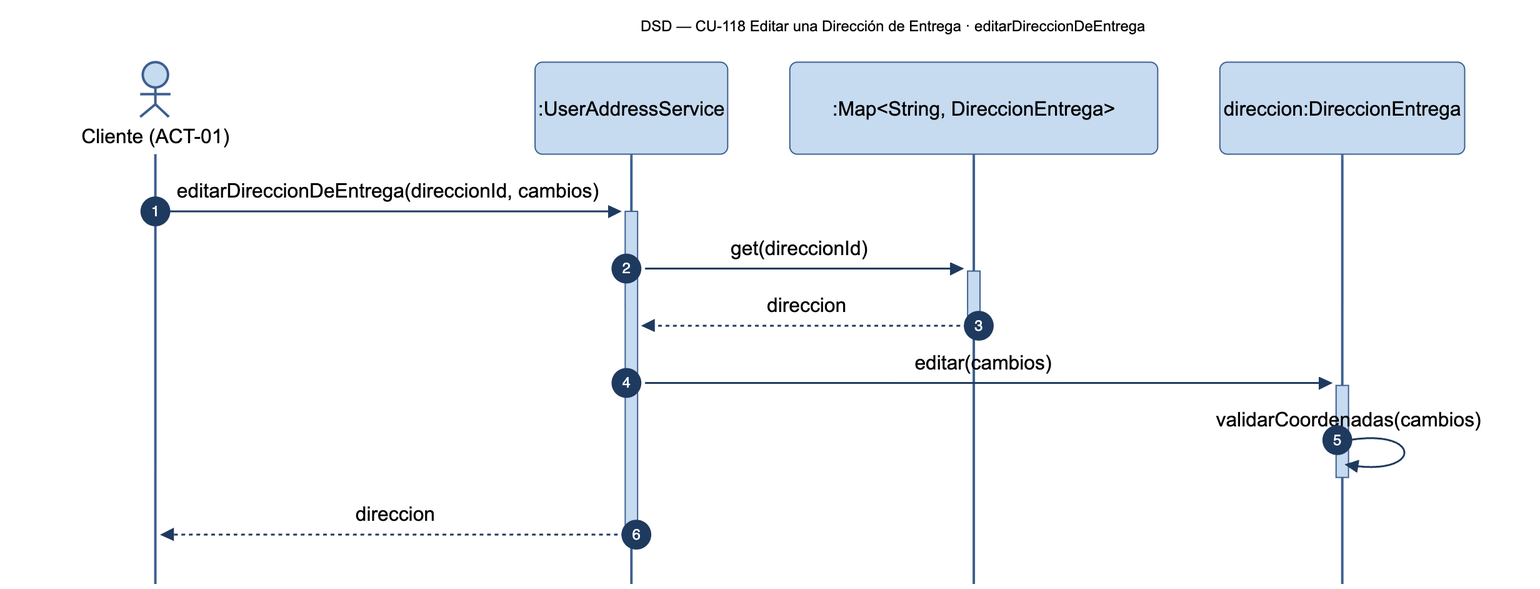
The Mermaid diagram diagramas/png/DSD_CU-118_editarDireccionDeEntrega.png in Nahuelito-Dev/splg-docs, before a commit. Its source is kept beside it as diagramas/DSD_CU-118_editarDireccionDeEntrega.mmd.
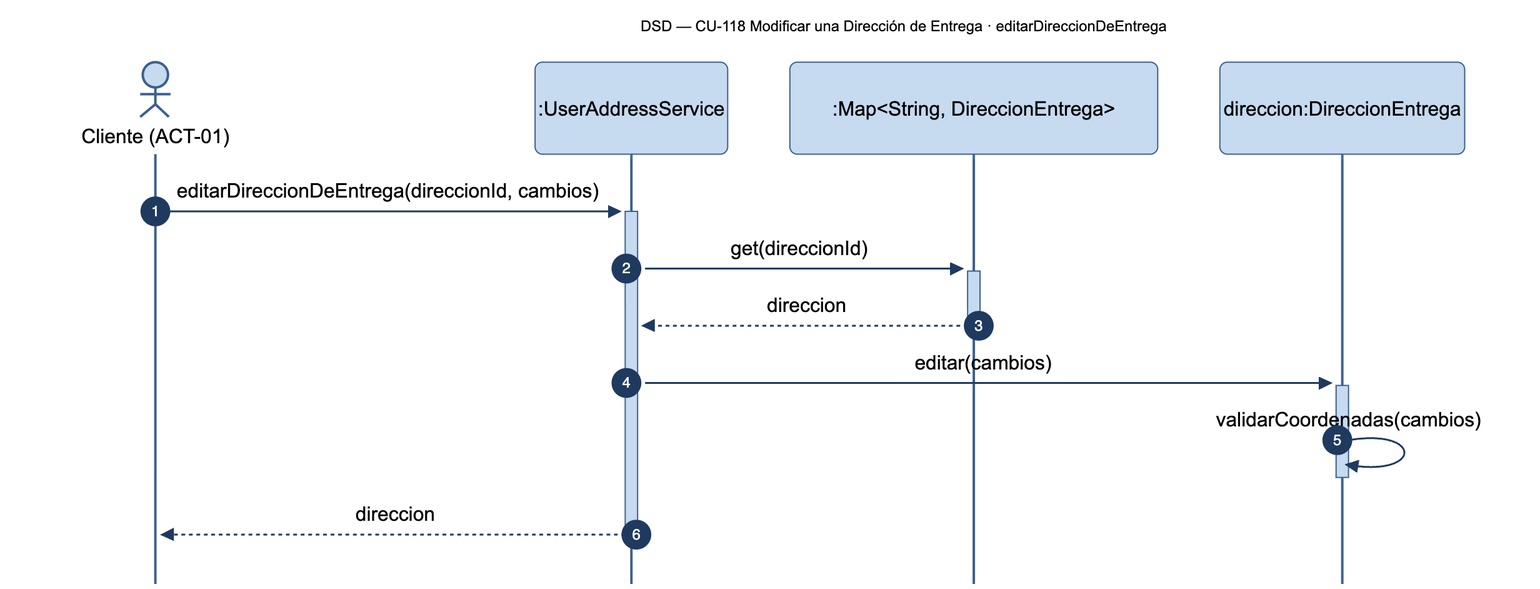
The same diagram one commit later.

Diff of the diagram source:
```diff
@@ -1,5 +1,5 @@
 sequenceDiagram
-    title DSD — CU-118 Editar una Dirección de Entrega · editarDireccionDeEntrega
+    title DSD — CU-118 Modificar una Dirección de Entrega · editarDireccionDeEntrega
     autonumber
     actor CLI as Cliente (ACT-01)
     participant SRV as :UserAddressService
```
